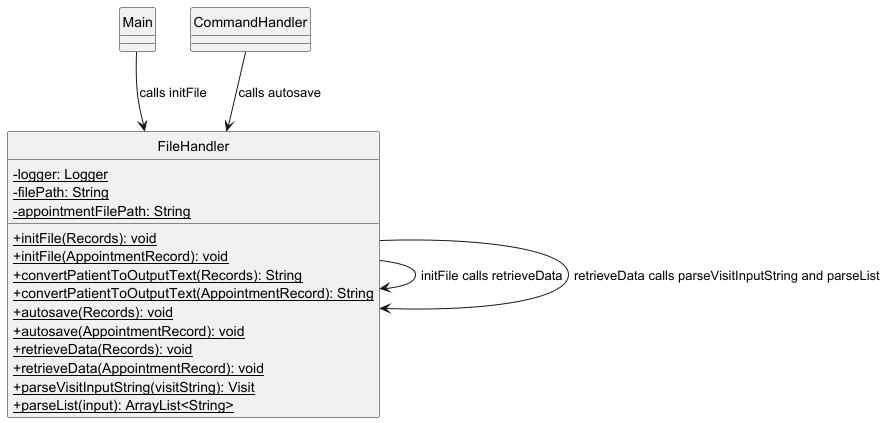
yentheng0110/tp keeps this PlantUML diagram as docs/FileHandler.png. Above is the earlier version.
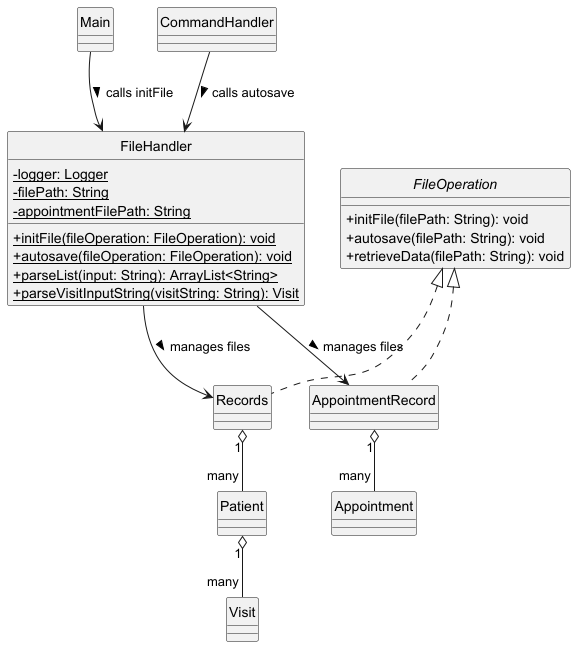
Above is the later version.

The edit, as a diff of the source:
```diff
@@ -3,27 +3,54 @@
 hide circle
 
 class FileHandler {
-  -{static} logger: Logger
-  -{static} filePath: String
-  -{static} appointmentFilePath: String
-  +{static} initFile(Records): void
-  +{static} initFile(AppointmentRecord): void
-  +{static} convertPatientToOutputText(Records): String
-  +{static} convertPatientToOutputText(AppointmentRecord): String
-  +{static} autosave(Records): void
-  +{static} autosave(AppointmentRecord): void
-  +{static} retrieveData(Records): void
-  +{static} retrieveData(AppointmentRecord): void
-  +{static} parseVisitInputString(visitString): Visit
-  +{static} parseList(input): ArrayList<String>
+    -{static} logger: Logger
+    -{static} filePath: String
+    -{static} appointmentFilePath: String
+    +{static} initFile(fileOperation: FileOperation): void
+    +{static} autosave(fileOperation: FileOperation): void
+    +{static} parseList(input: String): ArrayList<String>
+    +{static} parseVisitInputString(visitString: String): Visit
 }
 
-class Main {}
-class CommandHandler {}
+class Main {
 
-CommandHandler --> FileHandler: calls autosave
-Main --> FileHandler: calls initFile
-FileHandler --> FileHandler: initFile calls retrieveData
-FileHandler --> FileHandler: retrieveData calls parseVisitInputString and parseList
+}
+
+class CommandHandler {
+
+}
+
+interface FileOperation {
+    +initFile(filePath: String): void
+    +autosave(filePath: String): void
+    +retrieveData(filePath: String): void
+}
+
+class Records {
+}
+
+class AppointmentRecord {
+}
+
+class Visit {
+}
+
+class Patient {
+}
+
+class Appointment {
+}
+
+FileOperation <|.. Records
+FileOperation <|.. AppointmentRecord
+
+Main --> FileHandler : calls initFile >
+CommandHandler --> FileHandler : calls autosave >
+
+FileHandler --> Records : manages files >
+FileHandler --> AppointmentRecord : manages files >
+Records "1" o-- "many" Patient
+Patient "1" o-- "many" Visit
+AppointmentRecord "1" o-- "many" Appointment
 
 @enduml
```
